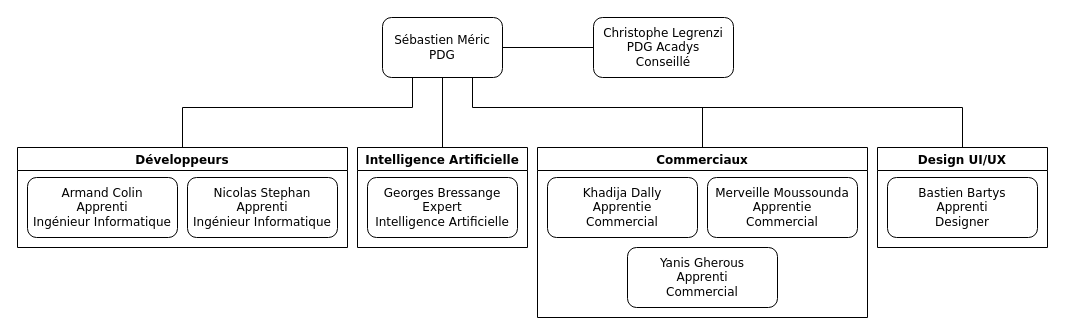
This is Untitled Diagram.drawio from stephannicolas96/dossierPro, a draw.io file, before an edit. Source tidied: cells renumbered, new cells numbered last; positions are measured from the earlier drawing's top-left corner, leaving out a move shared by most shapes. Both pictures are drawn from the tidied source at 100%, with x=0, y=0 at pixel (17, 17).
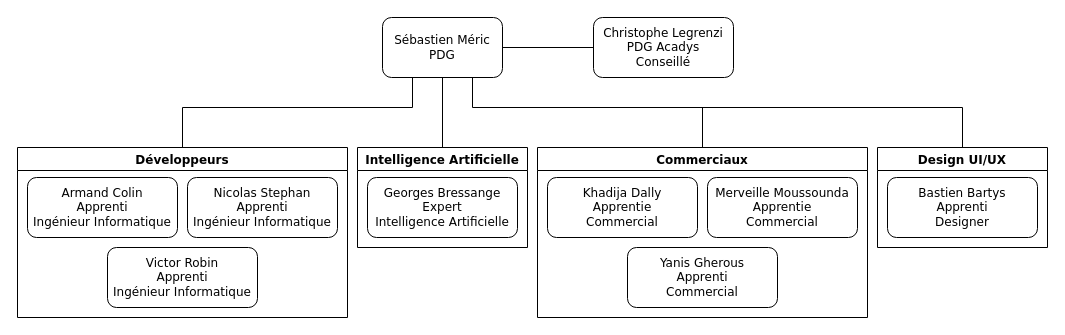
The same diagram, later.

Change to the diagram source:
```diff
@@
     <mxCell id="3" value="Développeurs" style="swimlane;fontFamily=Verdana;" parent="1" vertex="1">
-      <mxGeometry y="130" width="330" height="100" as="geometry" />
+      <mxGeometry y="130" width="330" height="170" as="geometry" />
     </mxCell>
@@
+    <mxCell id="22" value="Victor Robin&lt;br&gt;Apprenti&lt;br&gt;Ingénieur Informatique" style="rounded=1;whiteSpace=wrap;html=1;fontFamily=Verdana;" parent="3" vertex="1">
+      <mxGeometry x="90" y="100" width="150" height="60" as="geometry" />
+    </mxCell>
```
